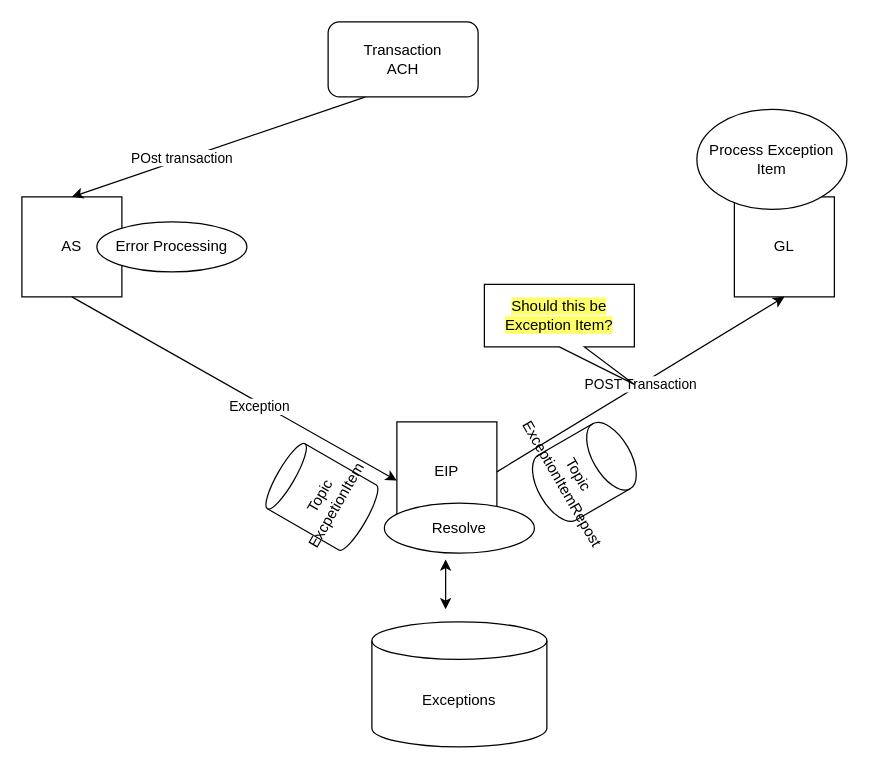
Above: page "[FLO]GL-Repost" (2 of 6) of Designs/EIP-Designs.drawio in ppasham/Reference (draw.io), before the change. Source tidied: cells renumbered, new cells numbered last; positions are measured from the earlier drawing's top-left corner, leaving out a move shared by most shapes. Both pictures are drawn from the tidied source at 125%, with x=0, y=0 at pixel (21, 21).
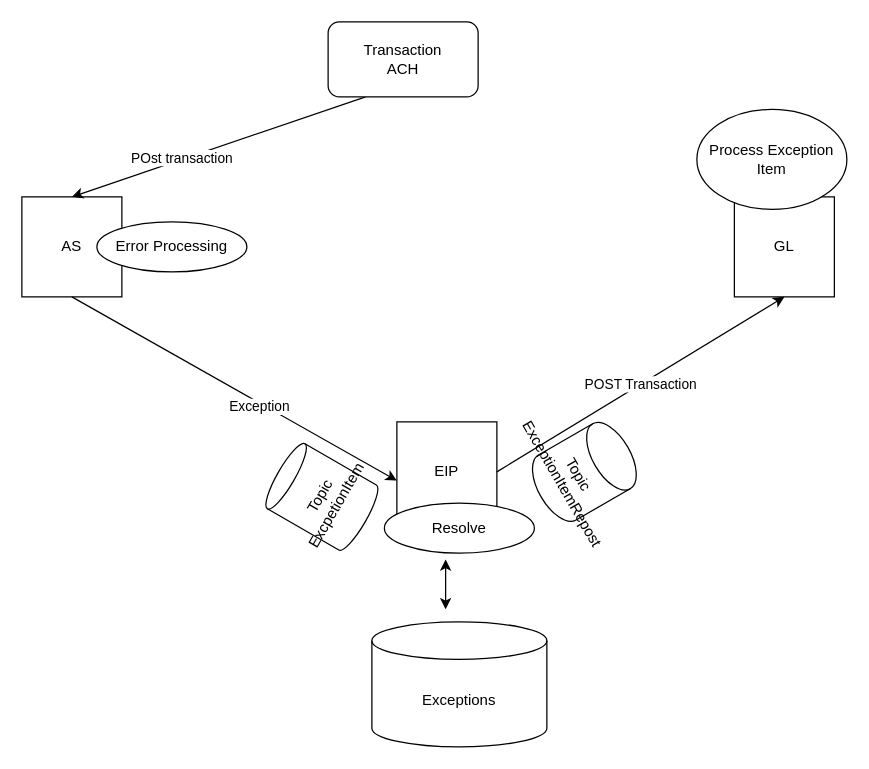
The same diagram, later.

Unchanged cells that the change refers to:
```xml
<mxCell id="2" style="group;" parent="1" vertex="1">
  <mxGeometry width="660" height="580" as="geometry" />
</mxCell>
```

Diff of the diagram source:
```diff
@@
-    <mxCell id="16" value="&lt;span style=&quot;background-color: rgb(255, 255, 102);&quot;&gt;Should this be Exception Item?&lt;/span&gt;" style="shape=callout;whiteSpace=wrap;html=1;perimeter=calloutPerimeter;position2=1;" parent="2" vertex="1">
-      <mxGeometry x="370" y="210" width="120" height="80" as="geometry" />
-    </mxCell>
```
